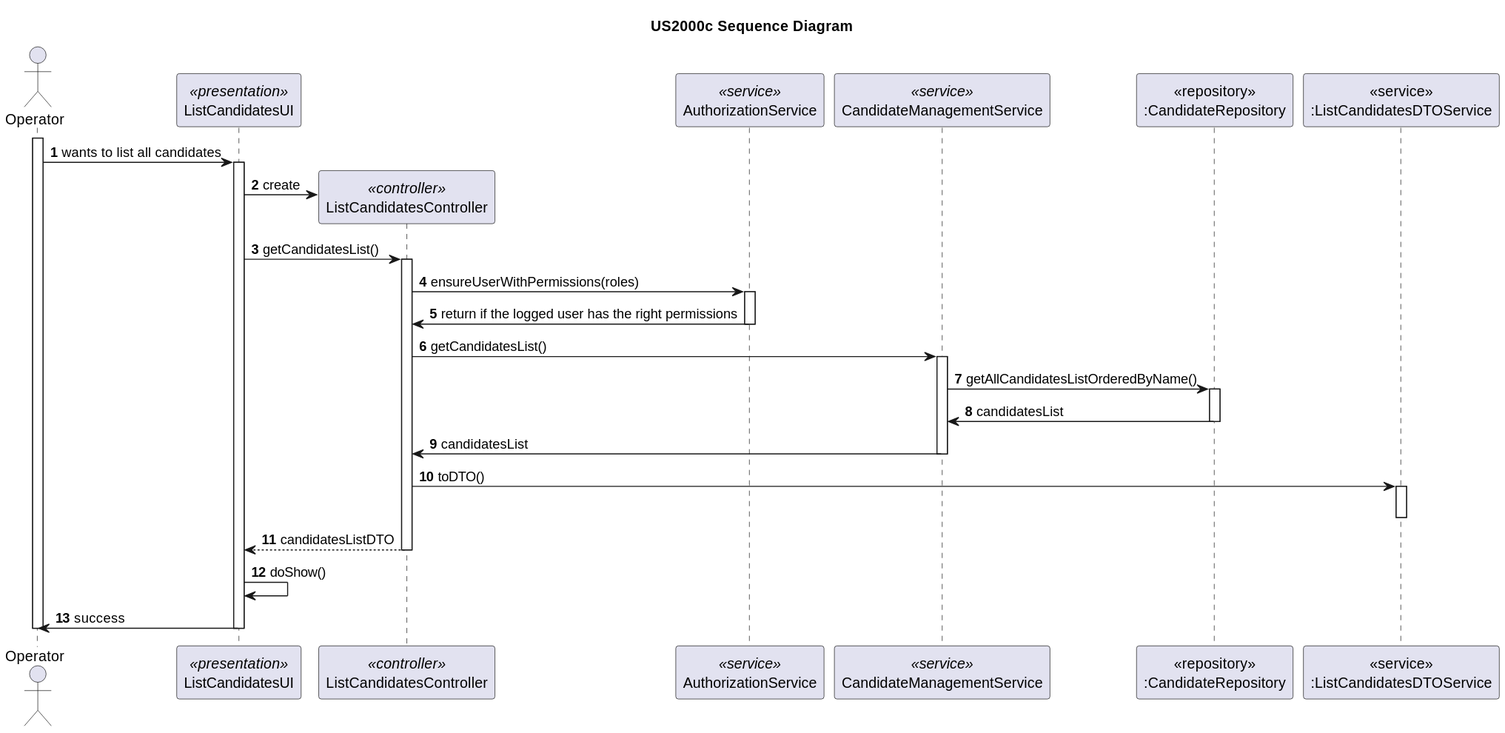
The PlantUML diagram docs/sb_us_2000c/US2000c_SD/sd-us-2000c.svg in rita-barbosa/LAPR4-2324, before a commit.
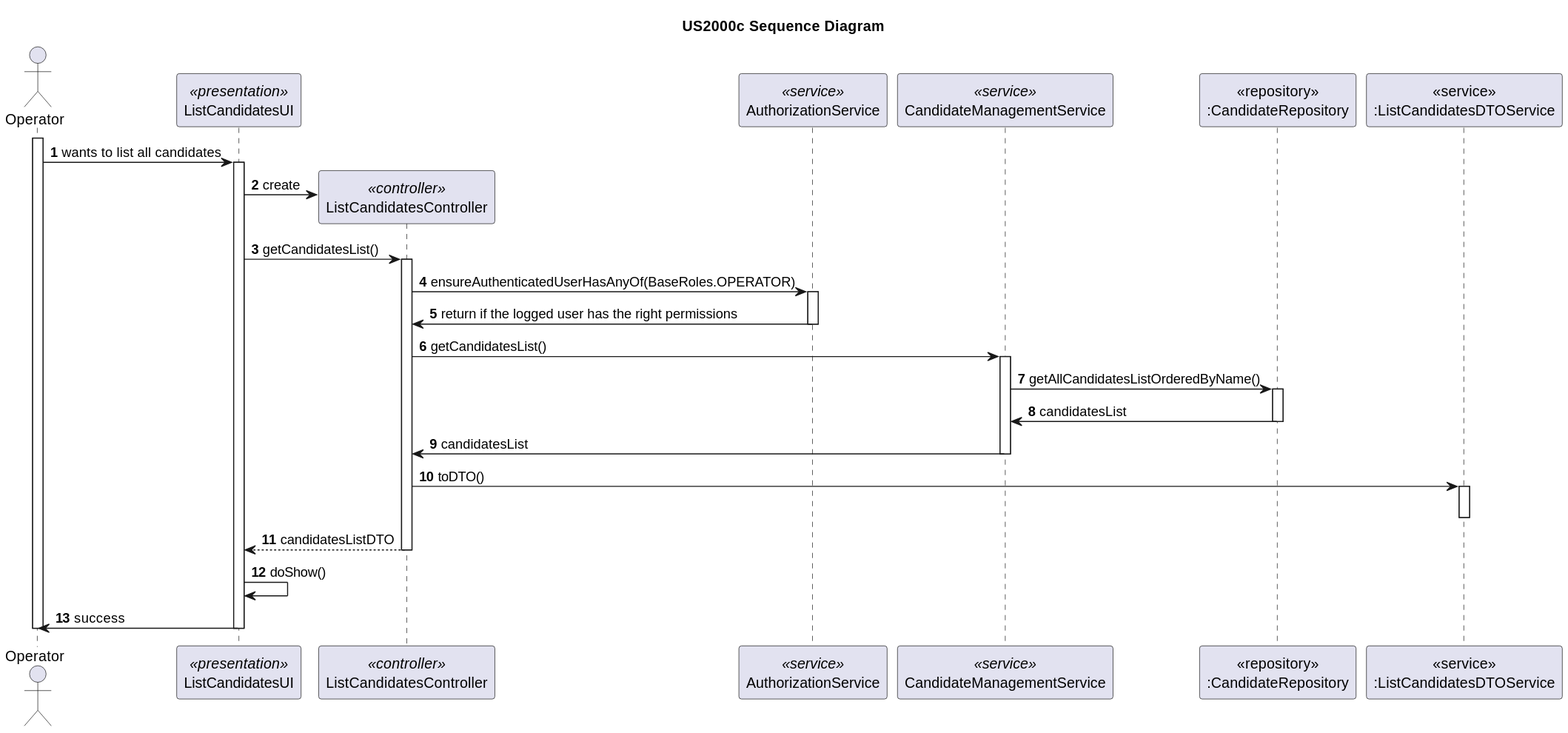
Later version of the same file.

The edit, as a diff of the source:
```diff
@@ -22,7 +22,7 @@
 UI -> CTRL : getCandidatesList()
 activate CTRL
 
-CTRL -> AUTHZ:  ensureUserWithPermissions(roles)
+CTRL -> AUTHZ:  ensureAuthenticatedUserHasAnyOf(BaseRoles.OPERATOR)
 activate AUTHZ
 AUTHZ -> CTRL:  return if the logged user has the right permissions
 deactivate AUTHZ
```
